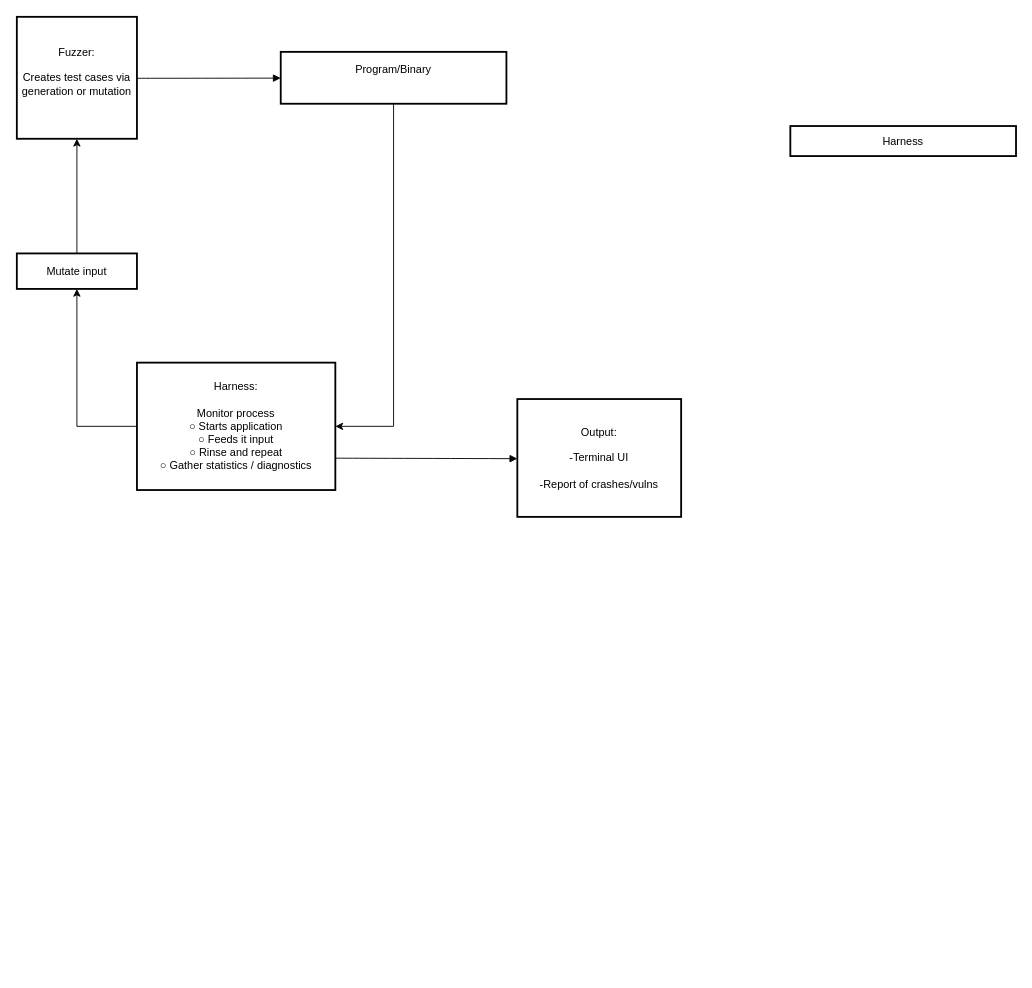
Before: Fuzzer-system-diagram.drawio in arctic-cheetah/Fuzzer, a draw.io diagram. Source tidied: cells renumbered, new cells numbered last; positions are measured from the earlier drawing's top-left corner, leaving out a move shared by most shapes. Both pictures are drawn from the tidied source at 91%, with x=0, y=0 at pixel (16, 16).
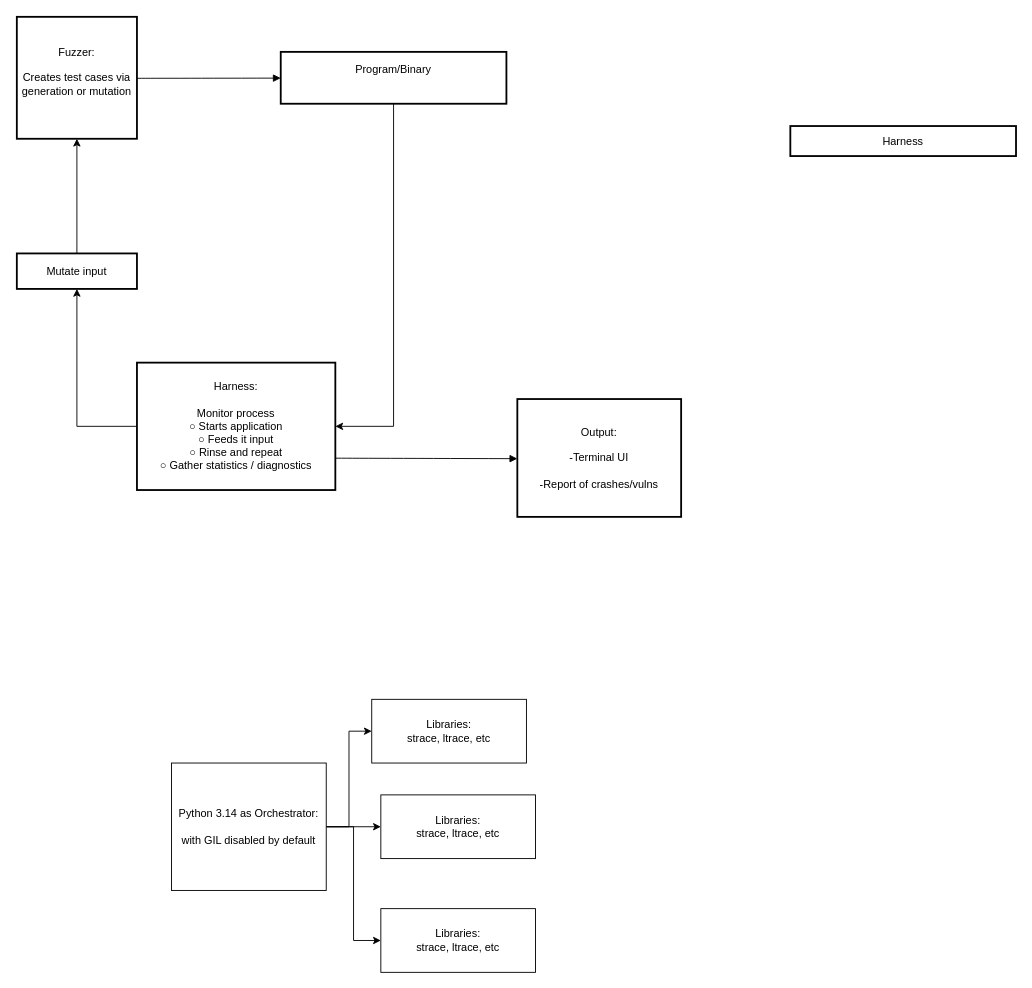
After the change.

Change to the diagram source:
```diff
@@
 <mxGraphModel>
   <root>
     <mxCell id="0" />
     <mxCell id="1" parent="0" />
     <mxCell id="2" value="Fuzzer:&#10;&#10;Creates test cases via generation or mutation&#10;" style="whiteSpace=wrap;strokeWidth=2;fontStyle=0;" parent="1" vertex="1">
       <mxGeometry width="132" height="134" as="geometry" />
     </mxCell>
     <mxCell id="3" style="edgeStyle=orthogonalEdgeStyle;rounded=0;jettySize=auto;html=1;entryX=1;entryY=0.5;entryDx=0;entryDy=0;" parent="1" edge="1" source="4" target="12">
       <mxGeometry relative="1" as="geometry" />
     </mxCell>
     <mxCell id="4" value="Program/Binary&#10;&#10;" style="whiteSpace=wrap;strokeWidth=2;align=center;verticalAlign=bottom;" parent="1" vertex="1">
       <mxGeometry x="290" y="38.5" width="248" height="57" as="geometry" />
     </mxCell>
     <mxCell id="5" value="Output:&#10;&#10;-Terminal UI&#10;&#10;-Report of crashes/vulns" style="whiteSpace=wrap;strokeWidth=2;" parent="1" vertex="1">
       <mxGeometry x="550" y="420" width="180" height="129.5" as="geometry" />
     </mxCell>
     <mxCell id="6" style="curved=1;startArrow=none;endArrow=block;exitX=0.9988636826023911;exitY=0.5040816482232542;entryX=-0.0006048140987273186;entryY=0.5060606291799834;rounded=0;" parent="1" edge="1" source="2" target="4">
       <mxGeometry relative="1" as="geometry" />
     </mxCell>
     <mxCell id="7" style="curved=1;startArrow=none;endArrow=block;exitX=1;exitY=0.75;entryX=0.00036498577925410587;entryY=0.5060606291799834;rounded=0;exitDx=0;exitDy=0;" parent="1" edge="1" source="12" target="5">
       <mxGeometry relative="1" as="geometry" />
     </mxCell>
     <mxCell id="8" style="edgeStyle=orthogonalEdgeStyle;rounded=0;jettySize=auto;html=1;exitX=0;exitY=0.5;exitDx=0;exitDy=0;entryX=0.5;entryY=1;entryDx=0;entryDy=0;" parent="1" edge="1" source="12" target="10">
       <mxGeometry relative="1" as="geometry" />
     </mxCell>
     <mxCell id="9" style="edgeStyle=orthogonalEdgeStyle;rounded=0;jettySize=auto;html=1;entryX=0.5;entryY=1;entryDx=0;entryDy=0;" parent="1" edge="1" source="10" target="2">
       <mxGeometry relative="1" as="geometry" />
     </mxCell>
     <mxCell id="10" value="Mutate input" style="whiteSpace=wrap;strokeWidth=2;" parent="1" vertex="1">
       <mxGeometry y="260" width="132" height="39" as="geometry" />
     </mxCell>
     <mxCell id="11" value="Harness" style="whiteSpace=wrap;strokeWidth=2;" parent="1" vertex="1">
       <mxGeometry x="850" y="120" width="248" height="33" as="geometry" />
     </mxCell>
     <mxCell id="12" value="Harness:&#10;&#10;Monitor process&#10; ○ Starts application&#10; ○ Feeds it input&#10; ○ Rinse and repeat&#10; ○ Gather statistics / diagnostics" style="whiteSpace=wrap;strokeWidth=2;" parent="1" vertex="1">
       <mxGeometry x="132" y="380" width="218" height="140" as="geometry" />
     </mxCell>
+    <mxCell id="13" style="edgeStyle=orthogonalEdgeStyle;rounded=0;jettySize=auto;html=1;entryX=0;entryY=0.5;entryDx=0;entryDy=0;" parent="1" edge="1" source="16" target="17">
+      <mxGeometry relative="1" as="geometry" />
+    </mxCell>
+    <mxCell id="14" style="edgeStyle=orthogonalEdgeStyle;rounded=0;jettySize=auto;html=1;exitX=1;exitY=0.5;exitDx=0;exitDy=0;entryX=0;entryY=0.5;entryDx=0;entryDy=0;" parent="1" edge="1" source="16" target="18">
+      <mxGeometry relative="1" as="geometry" />
+    </mxCell>
+    <mxCell id="15" style="edgeStyle=orthogonalEdgeStyle;rounded=0;jettySize=auto;html=1;exitX=1;exitY=0.5;exitDx=0;exitDy=0;entryX=0;entryY=0.5;entryDx=0;entryDy=0;" parent="1" edge="1" source="16" target="19">
+      <mxGeometry relative="1" as="geometry" />
+    </mxCell>
+    <mxCell id="16" value="Python 3.14 as Orchestrator:&lt;div&gt;&lt;br&gt;&lt;div&gt;with GIL disabled by default&lt;/div&gt;&lt;/div&gt;" style="whiteSpace=wrap;html=1;" parent="1" vertex="1">
+      <mxGeometry x="170" y="820" width="170" height="140" as="geometry" />
+    </mxCell>
+    <mxCell id="17" value="Libraries:&lt;div&gt;strace, ltrace, etc&lt;/div&gt;" style="whiteSpace=wrap;html=1;" parent="1" vertex="1">
+      <mxGeometry x="400" y="855" width="170" height="70" as="geometry" />
+    </mxCell>
+    <mxCell id="18" value="Libraries:&lt;div&gt;strace, ltrace, etc&lt;/div&gt;" style="whiteSpace=wrap;html=1;" parent="1" vertex="1">
+      <mxGeometry x="390" y="750" width="170" height="70" as="geometry" />
+    </mxCell>
+    <mxCell id="19" value="Libraries:&lt;div&gt;strace, ltrace, etc&lt;/div&gt;" style="whiteSpace=wrap;html=1;" parent="1" vertex="1">
+      <mxGeometry x="400" y="980" width="170" height="70" as="geometry" />
+    </mxCell>
   </root>
 </mxGraphModel>
```
